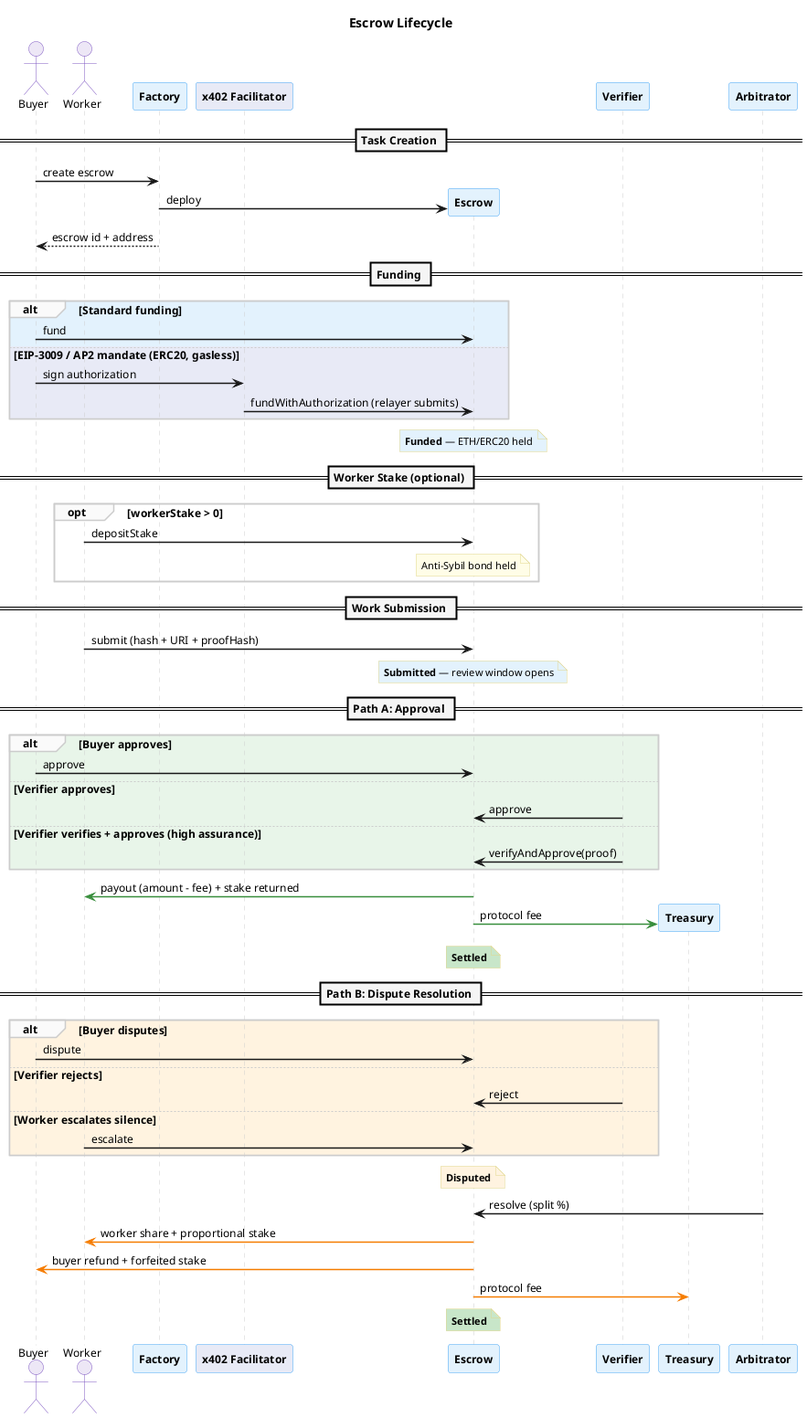
Before: docs/diagrams/lifecycle-sequence.png, a diagram exported from PlantUML (eddiefleurent/agent-escrow).
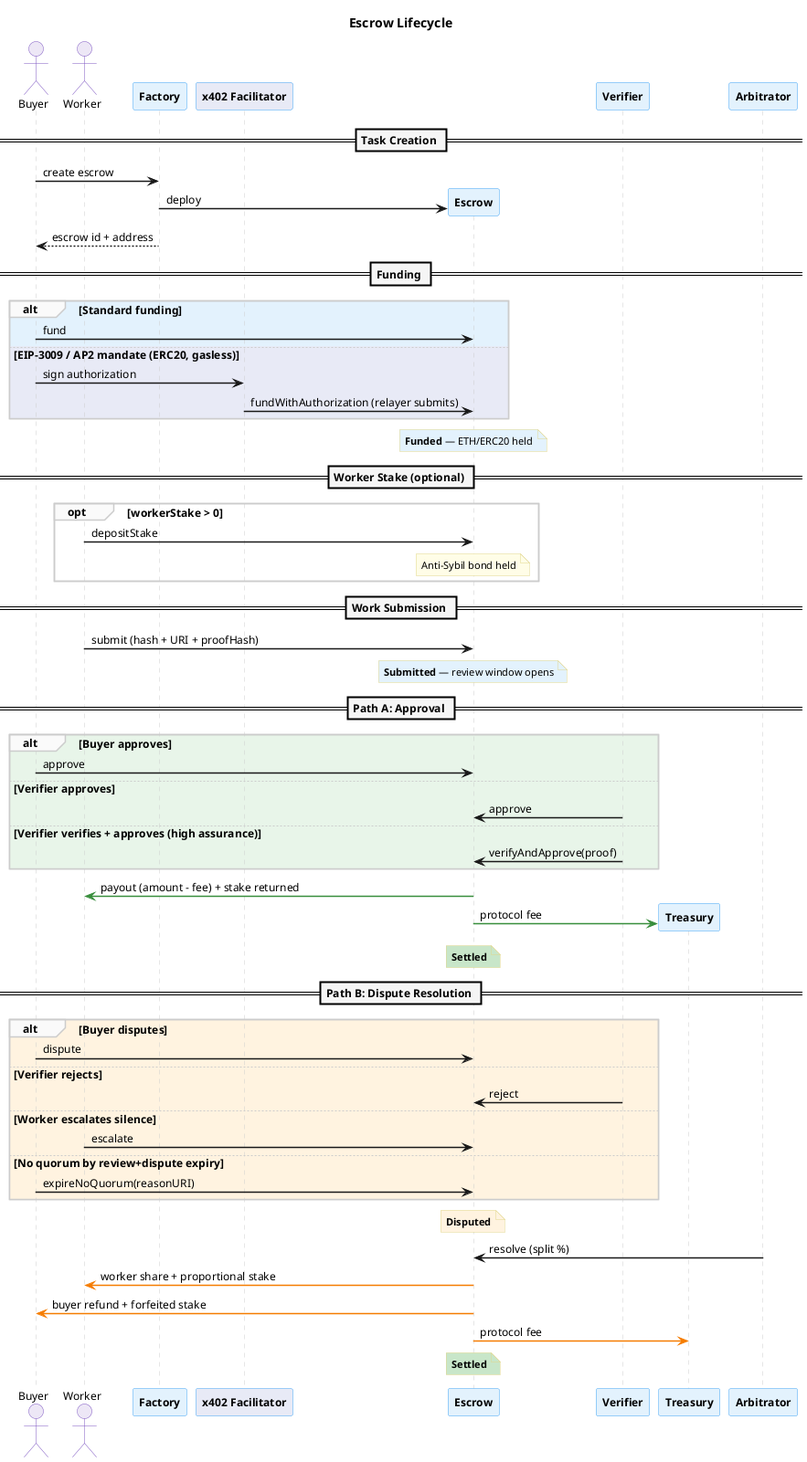
After the commit.

What changed in the source:
```diff
@@ -84,6 +84,8 @@
   verifier -> escrow : reject
 else #FFF3E0 Worker escalates silence
   worker -> escrow : escalate
+else #FFF3E0 No quorum by review+dispute expiry
+  buyer -> escrow : expireNoQuorum(reasonURI)
 end
 
 note over escrow #FFF3E0 : **Disputed**
```
